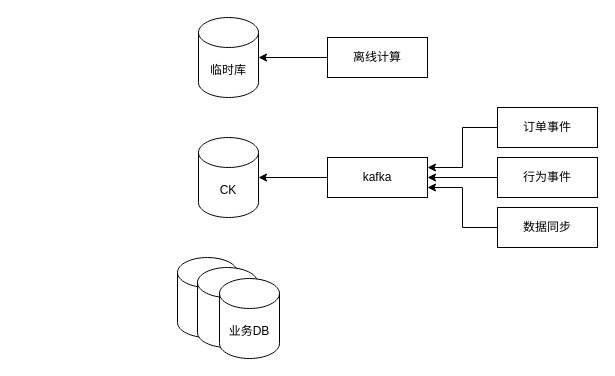
Above: 实时平台.drawio in chenjinying1988/diagrams (draw.io), before the change. Source tidied: cells renumbered, new cells numbered last; positions are measured from the earlier drawing's top-left corner, leaving out a move shared by most shapes. Both pictures are drawn from the tidied source at 100%, with x=0, y=0 at pixel (177, 17).
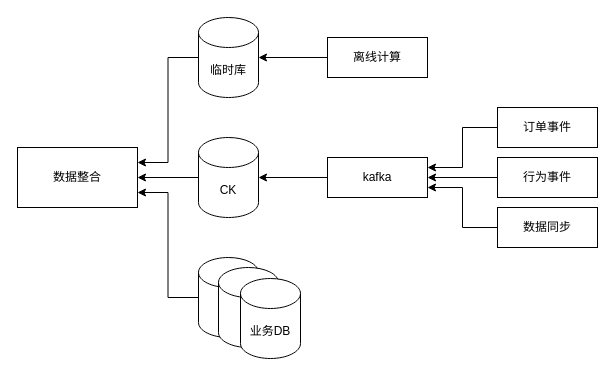
Above is the later version.

Commit message (it also covers changes not shown here):
更新实时平台.drawio

Unchanged cells that the change refers to:
```xml
<mxCell id="5" value="CK" style="shape=cylinder3;whiteSpace=wrap;html=1;boundedLbl=1;backgroundOutline=1;size=15;" parent="1" vertex="1">
  <mxGeometry x="21" y="120" width="60" height="80" as="geometry" />
</mxCell>
<mxCell id="6" value="临时库" style="shape=cylinder3;whiteSpace=wrap;html=1;boundedLbl=1;backgroundOutline=1;size=15;" parent="1" vertex="1">
  <mxGeometry x="21" width="60" height="80" as="geometry" />
</mxCell>
```

The edit, as a diff of the source:
```diff
@@
+    <mxCell id="17" style="edgeStyle=orthogonalEdgeStyle;rounded=0;jettySize=auto;html=1;entryX=1;entryY=0.75;entryDx=0;entryDy=0;" parent="1" edge="1" source="2" target="20">
+      <mxGeometry relative="1" as="geometry" />
+    </mxCell>
     <mxCell id="2" style="shape=cylinder3;whiteSpace=wrap;html=1;boundedLbl=1;backgroundOutline=1;size=15;" parent="1" vertex="1">
-      <mxGeometry y="240" width="60" height="80" as="geometry" />
+      <mxGeometry x="21" y="240" width="60" height="80" as="geometry" />
     </mxCell>
     <mxCell id="3" style="shape=cylinder3;whiteSpace=wrap;html=1;boundedLbl=1;backgroundOutline=1;size=15;" parent="1" vertex="1">
-      <mxGeometry x="20" y="250" width="60" height="80" as="geometry" />
+      <mxGeometry x="41" y="250" width="60" height="80" as="geometry" />
     </mxCell>
     <mxCell id="4" value="业务DB" style="shape=cylinder3;whiteSpace=wrap;html=1;boundedLbl=1;backgroundOutline=1;size=15;" parent="1" vertex="1">
-      <mxGeometry x="42" y="261" width="60" height="80" as="geometry" />
+      <mxGeometry x="63" y="261" width="60" height="80" as="geometry" />
     </mxCell>
+    <mxCell id="18" style="edgeStyle=orthogonalEdgeStyle;rounded=0;jettySize=auto;html=1;entryX=1;entryY=0.5;entryDx=0;entryDy=0;" parent="1" edge="1" source="5" target="20">
+      <mxGeometry relative="1" as="geometry" />
+    </mxCell>
@@
+    <mxCell id="19" style="edgeStyle=orthogonalEdgeStyle;rounded=0;jettySize=auto;html=1;entryX=1;entryY=0.25;entryDx=0;entryDy=0;" parent="1" edge="1" source="6" target="20">
+      <mxGeometry relative="1" as="geometry" />
+    </mxCell>
@@
+    <mxCell id="20" value="数据整合" style="rounded=0;whiteSpace=wrap;html=1;" parent="1" vertex="1">
+      <mxGeometry x="-160" y="130" width="120" height="60" as="geometry" />
+    </mxCell>
```
